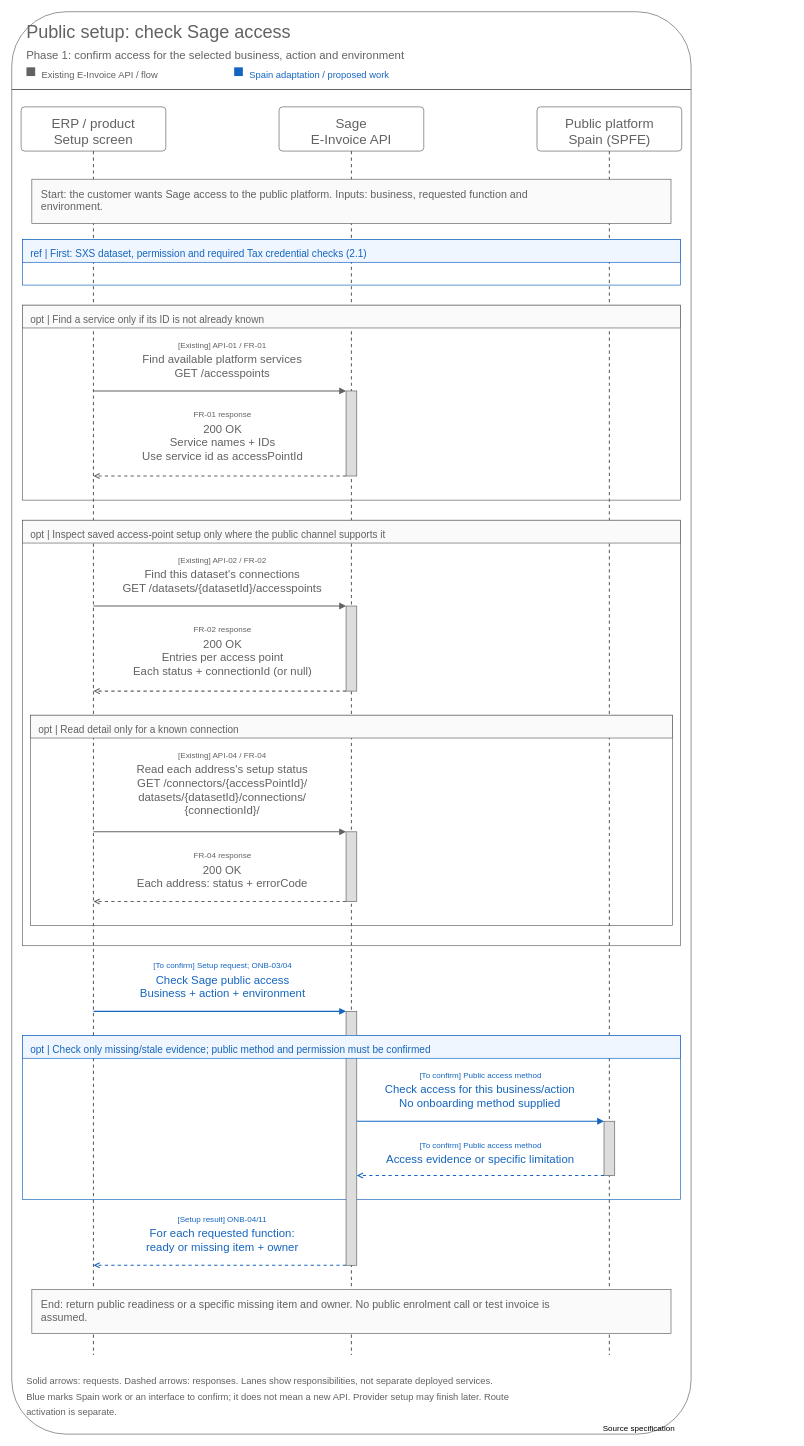
jiaxinhe0709/pm_second_brain keeps this draw.io diagram as assets/diagrams/onboarding-setup-public-readiness-sequence.drawio. Above is the earlier version. Source tidied: cells renumbered, new cells numbered last; positions are measured from the earlier drawing's top-left corner, leaving out a move shared by most shapes. Both pictures are drawn from the tidied source at 67%, with x=0, y=0 at pixel (11, 11).
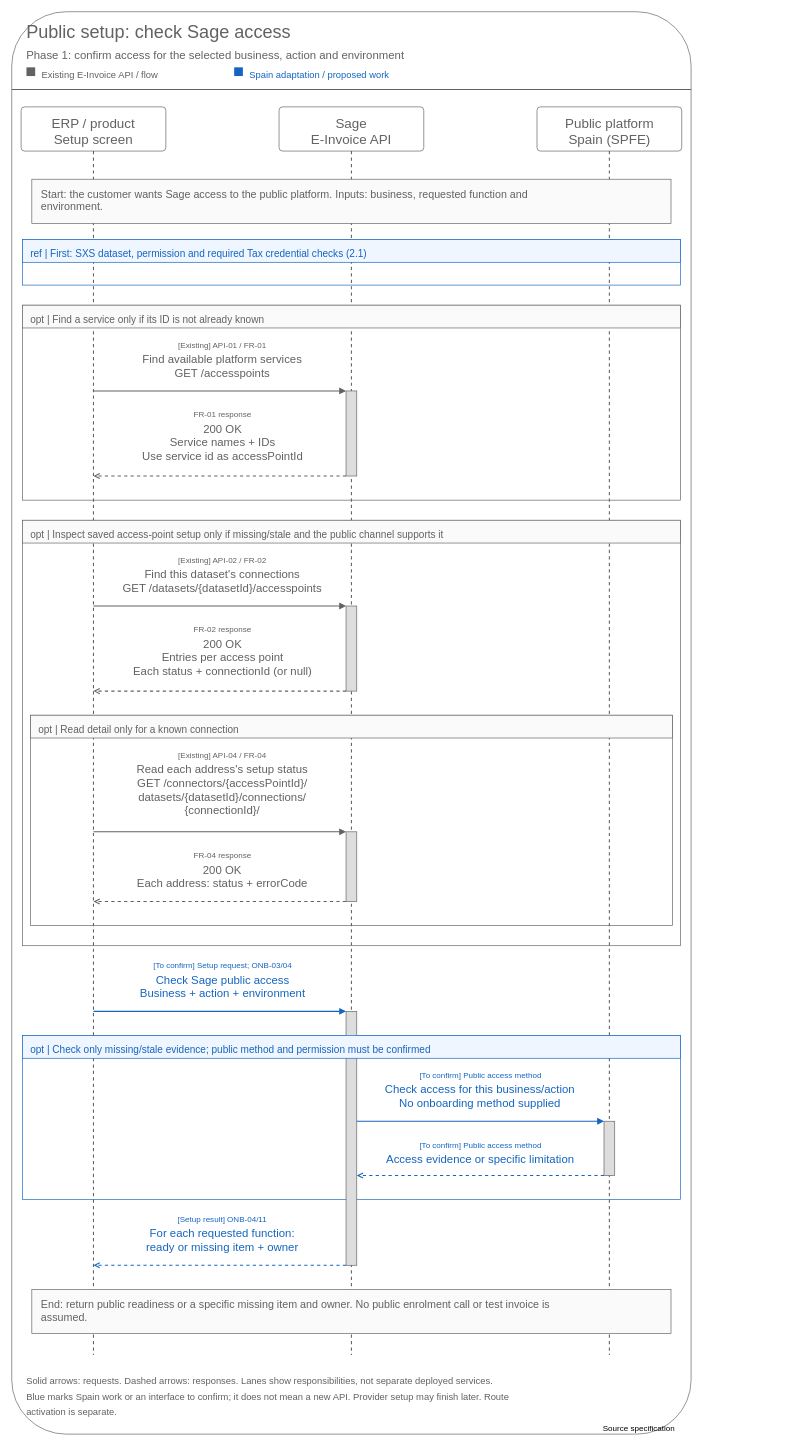
Above is the later version.

Change to the diagram source:
```diff
@@
-    <mxCell id="32" value="opt | Inspect saved access-point setup only where the public channel supports it" style="text;html=0;whiteSpace=wrap;spacing=0;verticalAlign=top;align=left;fontSize=15;fontColor=#626262;" parent="1" vertex="1">
-      <mxGeometry x="28" y="767" width="768" height="26" as="geometry" />
+    <mxCell id="32" value="opt | Inspect saved access-point setup only if missing/stale and the public channel supports it" style="text;html=0;whiteSpace=wrap;spacing=0;verticalAlign=top;align=left;fontSize=15;fontColor=#626262;" parent="1" vertex="1">
+      <mxGeometry x="28" y="767" width="909.8" height="26" as="geometry" />
     </mxCell>
```
